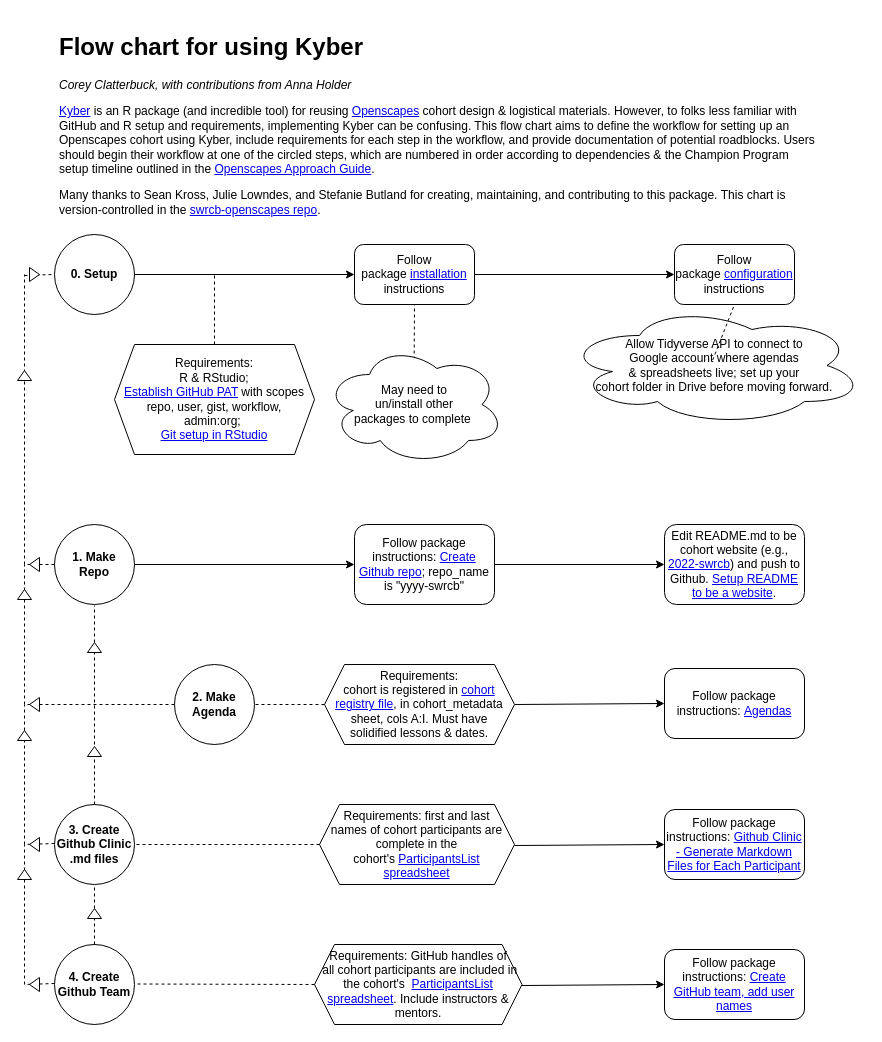
Above: images/KyberFlow.drawio in CAWaterBoardDataCenter/swrcb-openscapes (draw.io), before the change. Source tidied: cells renumbered, new cells numbered last; positions are measured from the earlier drawing's top-left corner, leaving out a move shared by most shapes. Both pictures are drawn from the tidied source at 100%, with x=0, y=0 at pixel (19, 27).
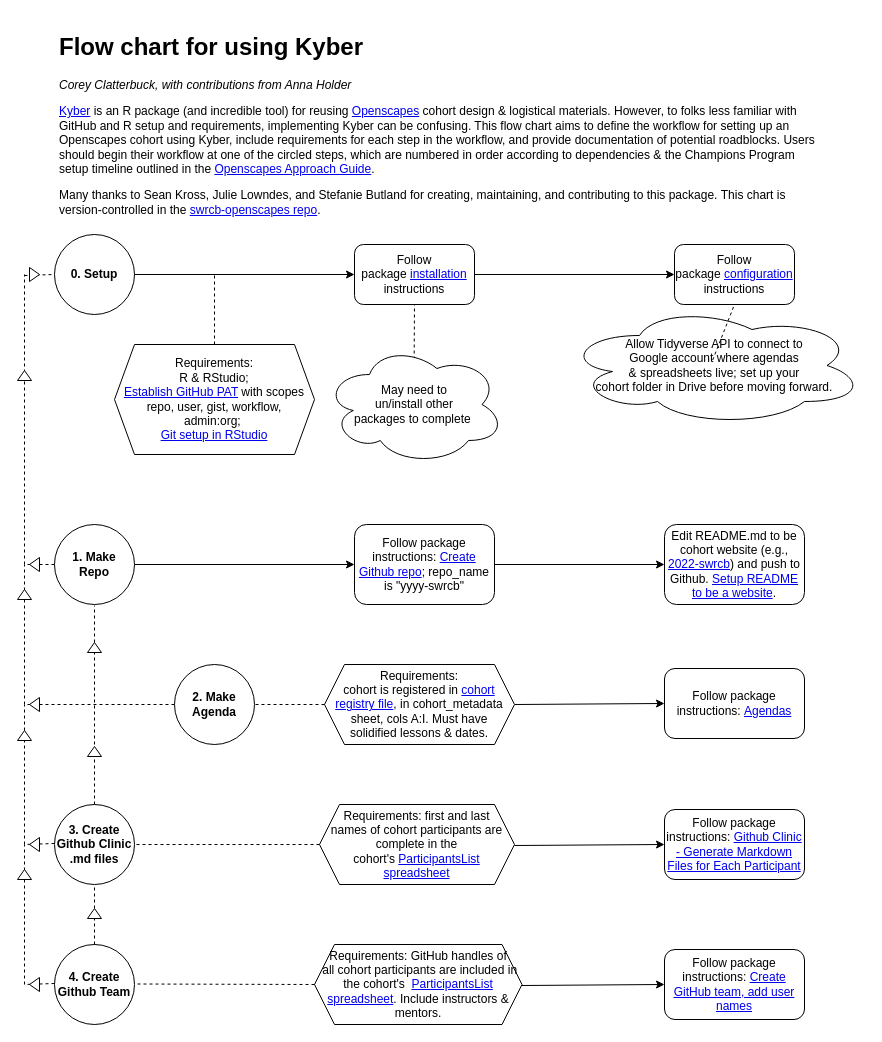
The same page after the edit.

The edit, as a diff of the source:
```diff
@@
-    <mxCell id="37" value="&lt;h1&gt;Flow chart for using Kyber&lt;/h1&gt;&lt;p&gt;&lt;i&gt;Corey Clatterbuck, with contributions from Anna Holder&lt;/i&gt;&lt;/p&gt;&lt;p&gt;&lt;a href=&quot;https://github.com/Openscapes/kyber&quot;&gt;Kyber&lt;/a&gt; is an R package (and incredible tool) for reusing &lt;a href=&quot;https://openscapes.github.io/approach-guide/&quot;&gt;Openscapes&lt;/a&gt;&amp;nbsp;cohort design &amp;amp; logistical materials. However, to folks less familiar with GitHub and R setup and requirements, implementing Kyber can be confusing. This flow chart aims to define the workflow for setting up an Openscapes cohort using Kyber, include requirements for each step in the workflow, and provide documentation of potential roadblocks. Users should begin their workflow at one of the circled steps, which are numbered in order according to dependencies &amp;amp; the Champion Program setup timeline outlined in the &lt;a href=&quot;https://openscapes.github.io/approach-guide/&quot;&gt;Openscapes Approach Guide&lt;/a&gt;.&amp;nbsp;&lt;/p&gt;&lt;p&gt;Many thanks to Sean Kross, Julie Lowndes, and Stefanie Butland for creating, maintaining, and contributing to this package.&amp;nbsp;&lt;span style=&quot;background-color: initial;&quot;&gt;This chart is version-controlled in the &lt;/span&gt;&lt;a style=&quot;background-color: initial;&quot; href=&quot;https://github.com/CAWaterBoardDataCenter/swrcb-openscapes&quot;&gt;swrcb-openscapes repo&lt;/a&gt;&lt;span style=&quot;background-color: initial;&quot;&gt;.&lt;/span&gt;&lt;/p&gt;" style="text;html=1;strokeColor=none;fillColor=none;spacing=5;spacingTop=-20;whiteSpace=wrap;overflow=hidden;rounded=0;" parent="1" vertex="1">
+    <mxCell id="37" value="&lt;h1&gt;Flow chart for using Kyber&lt;/h1&gt;&lt;p&gt;&lt;i&gt;Corey Clatterbuck, with contributions from Anna Holder&lt;/i&gt;&lt;/p&gt;&lt;p&gt;&lt;a href=&quot;https://github.com/Openscapes/kyber&quot;&gt;Kyber&lt;/a&gt; is an R package (and incredible tool) for reusing &lt;a href=&quot;https://openscapes.github.io/approach-guide/&quot;&gt;Openscapes&lt;/a&gt;&amp;nbsp;cohort design &amp;amp; logistical materials. However, to folks less familiar with GitHub and R setup and requirements, implementing Kyber can be confusing. This flow chart aims to define the workflow for setting up an Openscapes cohort using Kyber, include requirements for each step in the workflow, and provide documentation of potential roadblocks. Users should begin their workflow at one of the circled steps, which are numbered in order according to dependencies &amp;amp; the Champions Program setup timeline outlined in the &lt;a href=&quot;https://openscapes.github.io/approach-guide/&quot;&gt;Openscapes Approach Guide&lt;/a&gt;.&amp;nbsp;&lt;/p&gt;&lt;p&gt;Many thanks to Sean Kross, Julie Lowndes, and Stefanie Butland for creating, maintaining, and contributing to this package.&amp;nbsp;&lt;span style=&quot;background-color: initial;&quot;&gt;This chart is version-controlled in the &lt;/span&gt;&lt;a style=&quot;background-color: initial;&quot; href=&quot;https://github.com/CAWaterBoardDataCenter/swrcb-openscapes&quot;&gt;swrcb-openscapes repo&lt;/a&gt;&lt;span style=&quot;background-color: initial;&quot;&gt;.&lt;/span&gt;&lt;/p&gt;" style="text;html=1;strokeColor=none;fillColor=none;spacing=5;spacingTop=-20;whiteSpace=wrap;overflow=hidden;rounded=0;" parent="1" vertex="1">
       <mxGeometry x="35" width="770" height="200" as="geometry" />
     </mxCell>
```
